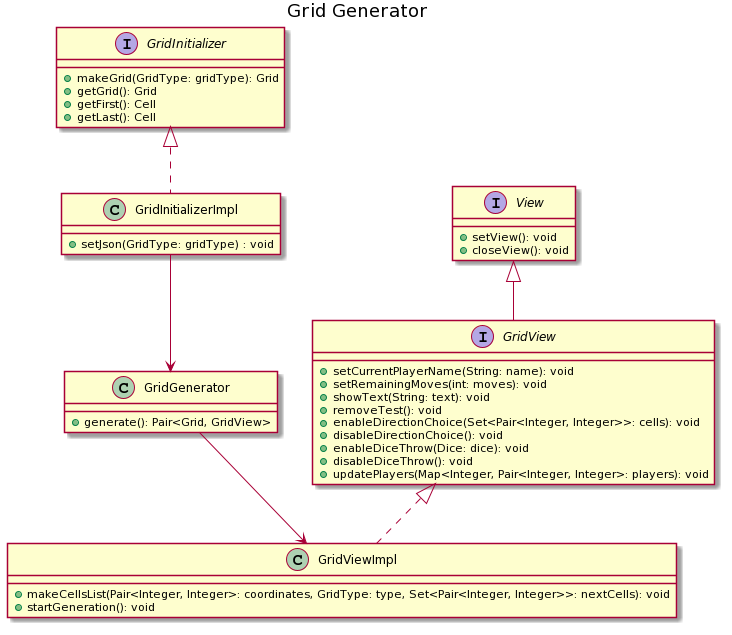
The PlantUML diagram doc/Relazione/images/miriana/grid_generator.png in RiccardoSquarcialupi/oop19-dpg, before a commit.
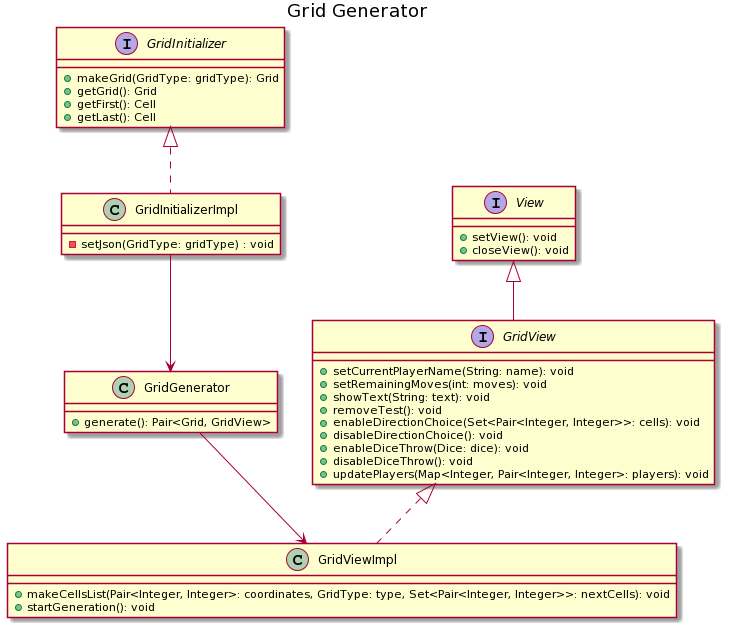
After the commit.

Commit message:
modified grid_generator

Change to the diagram source:
```diff
@@ -9,7 +9,7 @@
 }
 
 class GridInitializerImpl {
-    +setJson(GridType: gridType) : void
+    -setJson(GridType: gridType) : void
 }
 
 class GridGenerator {
```
